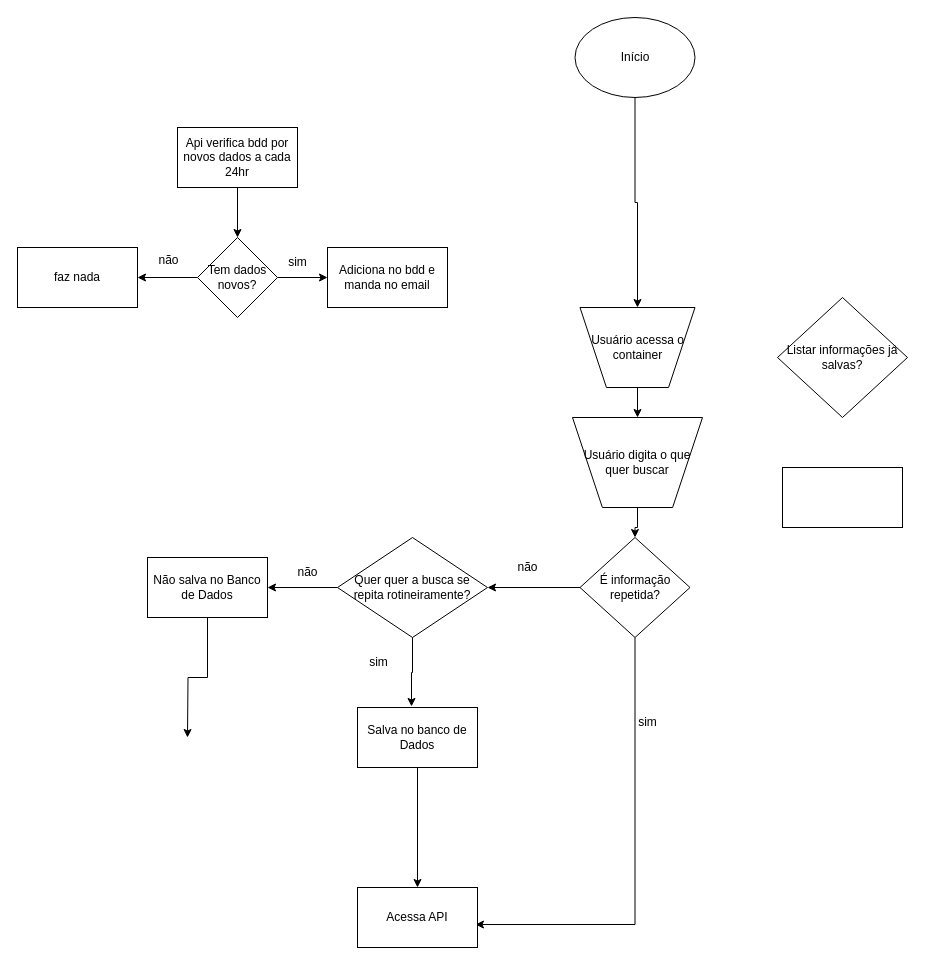
Above: Fluxograma Intelx.drawio in heloisatl/Diagrama (draw.io), before the change. Source tidied: cells renumbered, new cells numbered last; positions are measured from the earlier drawing's top-left corner, leaving out a move shared by most shapes. Both pictures are drawn from the tidied source at 100%, with x=0, y=0 at pixel (17, 17).
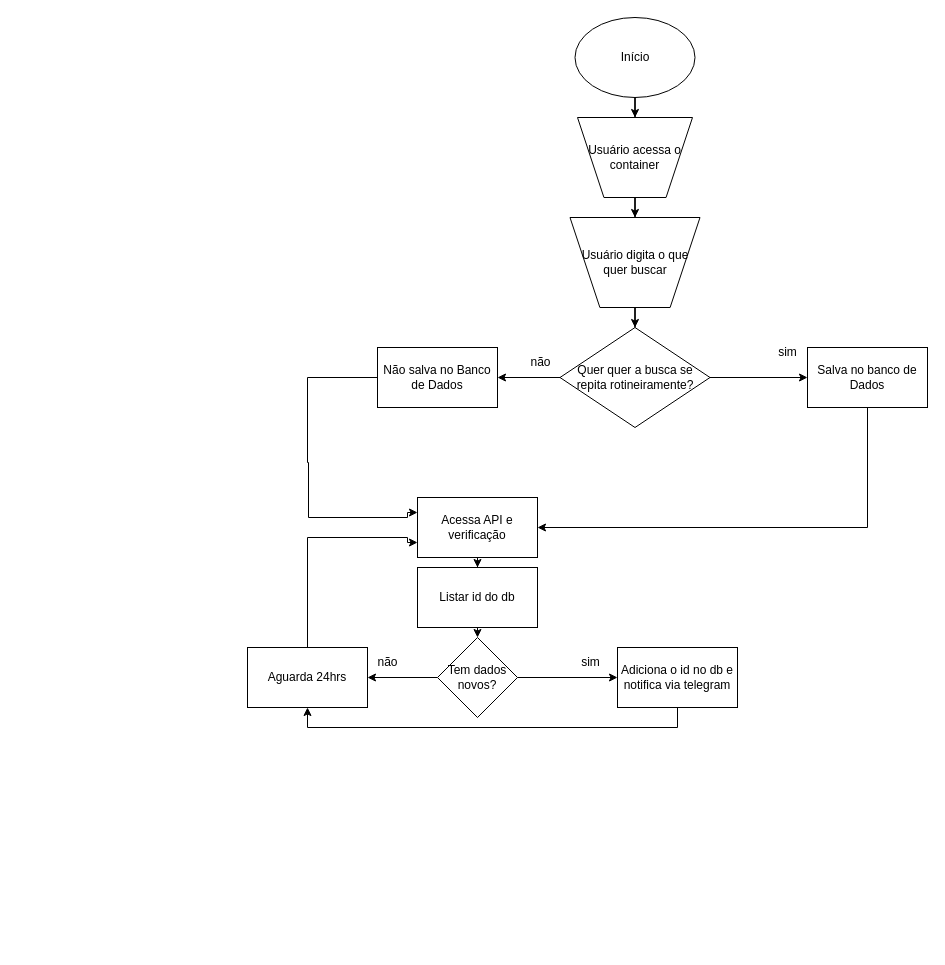
The same diagram, later.

Diff of the diagram source:
```diff
@@
-    <mxCell id="5" value="Quer quer a busca se repita rotineiramente?" style="rhombus;whiteSpace=wrap;html=1;" parent="1" vertex="1">
-      <mxGeometry x="320" y="520" width="150" height="100" as="geometry" />
-    </mxCell>
-    <mxCell id="6" style="edgeStyle=orthogonalEdgeStyle;rounded=0;jettySize=auto;html=1;" parent="1" edge="1" source="8" target="5">
-      <mxGeometry relative="1" as="geometry" />
-    </mxCell>
-    <mxCell id="7" style="edgeStyle=orthogonalEdgeStyle;rounded=0;jettySize=auto;html=1;entryX=0.983;entryY=0.617;entryDx=0;entryDy=0;entryPerimeter=0;" parent="1" edge="1" source="8" target="13">
-      <mxGeometry relative="1" as="geometry">
-        <Array as="points">
-          <mxPoint x="618" y="907" />
-        </Array>
-      </mxGeometry>
-    </mxCell>
-    <mxCell id="8" value="É informação repetida?" style="rhombus;whiteSpace=wrap;html=1;" parent="1" vertex="1">
-      <mxGeometry x="562.5" y="520" width="110" height="100" as="geometry" />
-    </mxCell>
-    <mxCell id="9" style="edgeStyle=orthogonalEdgeStyle;rounded=0;jettySize=auto;html=1;" parent="1" edge="1" source="10">
-      <mxGeometry relative="1" as="geometry">
-        <mxPoint x="170" y="720" as="targetPoint" />
-      </mxGeometry>
-    </mxCell>
+    <mxCell id="34" style="edgeStyle=orthogonalEdgeStyle;rounded=0;jettySize=auto;html=1;entryX=0;entryY=0.25;entryDx=0;entryDy=0;" parent="1" edge="1" source="10" target="13">
+      <mxGeometry relative="1" as="geometry">
+        <Array as="points">
+          <mxPoint x="290" y="445" />
+          <mxPoint x="291" y="445" />
+          <mxPoint x="291" y="500" />
+          <mxPoint x="390" y="500" />
+          <mxPoint x="390" y="495" />
+        </Array>
+      </mxGeometry>
+    </mxCell>
     <mxCell id="10" value="Não salva no Banco de Dados" style="rounded=0;whiteSpace=wrap;html=1;" parent="1" vertex="1">
-      <mxGeometry x="130" y="540" width="120" height="60" as="geometry" />
+      <mxGeometry x="360" y="330" width="120" height="60" as="geometry" />
     </mxCell>
-    <mxCell id="11" style="edgeStyle=orthogonalEdgeStyle;rounded=0;jettySize=auto;html=1;" parent="1" edge="1" source="12" target="13">
-      <mxGeometry relative="1" as="geometry" />
+    <mxCell id="11" style="edgeStyle=orthogonalEdgeStyle;rounded=0;jettySize=auto;html=1;entryX=1;entryY=0.5;entryDx=0;entryDy=0;" parent="1" edge="1" source="12" target="13">
+      <mxGeometry relative="1" as="geometry">
+        <Array as="points">
+          <mxPoint x="850" y="510" />
+        </Array>
+      </mxGeometry>
     </mxCell>
     <mxCell id="12" value="Salva no banco de Dados" style="rounded=0;whiteSpace=wrap;html=1;" parent="1" vertex="1">
-      <mxGeometry x="340" y="690" width="120" height="60" as="geometry" />
+      <mxGeometry x="790" y="330" width="120" height="60" as="geometry" />
     </mxCell>
+    <mxCell id="35" style="edgeStyle=orthogonalEdgeStyle;rounded=0;jettySize=auto;html=1;" parent="1" edge="1" source="13" target="38">
+      <mxGeometry relative="1" as="geometry" />
+    </mxCell>
-    <mxCell id="13" value="Acessa API" style="rounded=0;whiteSpace=wrap;html=1;" parent="1" vertex="1">
-      <mxGeometry x="340" y="870" width="120" height="60" as="geometry" />
+    <mxCell id="13" value="Acessa API e verificação" style="rounded=0;whiteSpace=wrap;html=1;" parent="1" vertex="1">
+      <mxGeometry x="400" y="480" width="120" height="60" as="geometry" />
     </mxCell>
@@
     <mxCell id="15" value="Usuário acessa o container" style="verticalLabelPosition=middle;verticalAlign=middle;html=1;shape=trapezoid;perimeter=trapezoidPerimeter;whiteSpace=wrap;size=0.23;arcSize=10;flipV=1;labelPosition=center;align=center;" parent="1" vertex="1">
-      <mxGeometry x="562.5" y="290" width="115" height="80" as="geometry" />
+      <mxGeometry x="560" y="100" width="115" height="80" as="geometry" />
     </mxCell>
-    <mxCell id="16" style="edgeStyle=orthogonalEdgeStyle;rounded=0;jettySize=auto;html=1;" parent="1" edge="1" source="17" target="8">
-      <mxGeometry relative="1" as="geometry" />
-    </mxCell>
     <mxCell id="17" value="Usuário digita o que quer buscar" style="verticalLabelPosition=middle;verticalAlign=middle;html=1;shape=trapezoid;perimeter=trapezoidPerimeter;whiteSpace=wrap;size=0.23;arcSize=10;flipV=1;labelPosition=center;align=center;" parent="1" vertex="1">
-      <mxGeometry x="555" y="400" width="130" height="90" as="geometry" />
+      <mxGeometry x="552.5" y="200" width="130" height="90" as="geometry" />
     </mxCell>
-    <mxCell id="18" value="não" style="text;html=1;align=center;verticalAlign=middle;strokeColor=none;fillColor=none;" parent="1" vertex="1">
-      <mxGeometry x="490" y="535" width="40" height="30" as="geometry" />
-    </mxCell>
     <mxCell id="19" value="não" style="text;html=1;align=center;verticalAlign=middle;strokeColor=none;fillColor=none;" parent="1" vertex="1">
-      <mxGeometry x="270" y="540" width="40" height="30" as="geometry" />
+      <mxGeometry x="502.5" y="330" width="40" height="30" as="geometry" />
     </mxCell>
     <mxCell id="20" value="sim" style="text;html=1;align=center;verticalAlign=middle;strokeColor=none;fillColor=none;" parent="1" vertex="1">
-      <mxGeometry x="341" y="630" width="40" height="30" as="geometry" />
+      <mxGeometry x="750" y="320" width="40" height="30" as="geometry" />
     </mxCell>
-    <mxCell id="21" style="edgeStyle=orthogonalEdgeStyle;rounded=0;jettySize=auto;html=1;entryX=0.45;entryY=-0.017;entryDx=0;entryDy=0;entryPerimeter=0;" parent="1" edge="1" source="5" target="12">
-      <mxGeometry relative="1" as="geometry" />
-    </mxCell>
-    <mxCell id="22" value="sim" style="text;html=1;align=center;verticalAlign=middle;strokeColor=none;fillColor=none;" parent="1" vertex="1">
-      <mxGeometry x="610" y="690" width="40" height="30" as="geometry" />
-    </mxCell>
-    <mxCell id="23" value="Listar informações já salvas?" style="rhombus;whiteSpace=wrap;html=1;" parent="1" vertex="1">
-      <mxGeometry x="760" y="280" width="130" height="120" as="geometry" />
-    </mxCell>
-    <mxCell id="24" style="rounded=0;whiteSpace=wrap;html=1;" parent="1" vertex="1">
-      <mxGeometry x="765" y="450" width="120" height="60" as="geometry" />
-    </mxCell>
-    <mxCell id="25" style="edgeStyle=orthogonalEdgeStyle;rounded=0;jettySize=auto;html=1;entryX=0.5;entryY=0;entryDx=0;entryDy=0;" parent="1" edge="1" source="26" target="29">
-      <mxGeometry relative="1" as="geometry" />
-    </mxCell>
-    <mxCell id="26" value="Api verifica bdd por novos dados a cada 24hr" style="rounded=0;whiteSpace=wrap;html=1;" parent="1" vertex="1">
-      <mxGeometry x="160" y="110" width="120" height="60" as="geometry" />
-    </mxCell>
@@
     <mxCell id="29" value="Tem dados novos?" style="rhombus;whiteSpace=wrap;html=1;" parent="1" vertex="1">
-      <mxGeometry x="180" y="220" width="80" height="80" as="geometry" />
+      <mxGeometry x="420" y="620" width="80" height="80" as="geometry" />
     </mxCell>
+    <mxCell id="36" style="edgeStyle=orthogonalEdgeStyle;rounded=0;jettySize=auto;html=1;entryX=0;entryY=0.75;entryDx=0;entryDy=0;" parent="1" edge="1" source="30" target="13">
+      <mxGeometry relative="1" as="geometry">
+        <Array as="points">
+          <mxPoint x="290" y="520" />
+          <mxPoint x="390" y="520" />
+          <mxPoint x="390" y="525" />
+        </Array>
+      </mxGeometry>
+    </mxCell>
-    <mxCell id="30" value="faz nada" style="rounded=0;whiteSpace=wrap;html=1;" parent="1" vertex="1">
-      <mxGeometry y="230" width="120" height="60" as="geometry" />
+    <mxCell id="30" value="Aguarda 24hrs" style="rounded=0;whiteSpace=wrap;html=1;" parent="1" vertex="1">
+      <mxGeometry x="230" y="630" width="120" height="60" as="geometry" />
     </mxCell>
+    <mxCell id="37" style="edgeStyle=orthogonalEdgeStyle;rounded=0;jettySize=auto;html=1;entryX=0.5;entryY=1;entryDx=0;entryDy=0;" parent="1" edge="1" source="31" target="30">
+      <mxGeometry relative="1" as="geometry">
+        <Array as="points">
+          <mxPoint x="660" y="710" />
+          <mxPoint x="290" y="710" />
+        </Array>
+      </mxGeometry>
+    </mxCell>
-    <mxCell id="31" value="Adiciona no bdd e manda no email" style="rounded=0;whiteSpace=wrap;html=1;" parent="1" vertex="1">
-      <mxGeometry x="310" y="230" width="120" height="60" as="geometry" />
+    <mxCell id="31" value="Adiciona o id no db e notifica via telegram" style="rounded=0;whiteSpace=wrap;html=1;" parent="1" vertex="1">
+      <mxGeometry x="600" y="630" width="120" height="60" as="geometry" />
     </mxCell>
     <mxCell id="32" value="sim" style="text;html=1;align=center;verticalAlign=middle;strokeColor=none;fillColor=none;" parent="1" vertex="1">
-      <mxGeometry x="260" y="230" width="40" height="30" as="geometry" />
+      <mxGeometry x="552.5" y="630" width="40" height="30" as="geometry" />
     </mxCell>
     <mxCell id="33" value="não" style="text;html=1;align=center;verticalAlign=middle;strokeColor=none;fillColor=none;" parent="1" vertex="1">
-      <mxGeometry x="131" y="228" width="40" height="30" as="geometry" />
+      <mxGeometry x="350" y="630" width="40" height="30" as="geometry" />
     </mxCell>
+    <mxCell id="38" value="Listar id do db" style="rounded=0;whiteSpace=wrap;html=1;" parent="1" vertex="1">
+      <mxGeometry x="400" y="550" width="120" height="60" as="geometry" />
+    </mxCell>
+    <mxCell id="39" style="edgeStyle=orthogonalEdgeStyle;rounded=0;jettySize=auto;html=1;" parent="1" edge="1" source="17" target="5">
+      <mxGeometry relative="1" as="geometry" />
+    </mxCell>
+    <mxCell id="21" style="edgeStyle=orthogonalEdgeStyle;rounded=0;jettySize=auto;html=1;" parent="1" edge="1" source="5" target="12">
+      <mxGeometry relative="1" as="geometry" />
+    </mxCell>
+    <mxCell id="5" value="Quer quer a busca se repita rotineiramente?" style="rhombus;whiteSpace=wrap;html=1;" parent="1" vertex="1">
+      <mxGeometry x="542.5" y="310" width="150" height="100" as="geometry" />
+    </mxCell>
+    <mxCell id="40" style="endArrow=classic;html=1;rounded=0;exitX=0.5;exitY=1;exitDx=0;exitDy=0;" parent="1" edge="1" source="38" target="29">
+      <mxGeometry relative="1" as="geometry" />
+    </mxCell>
```
